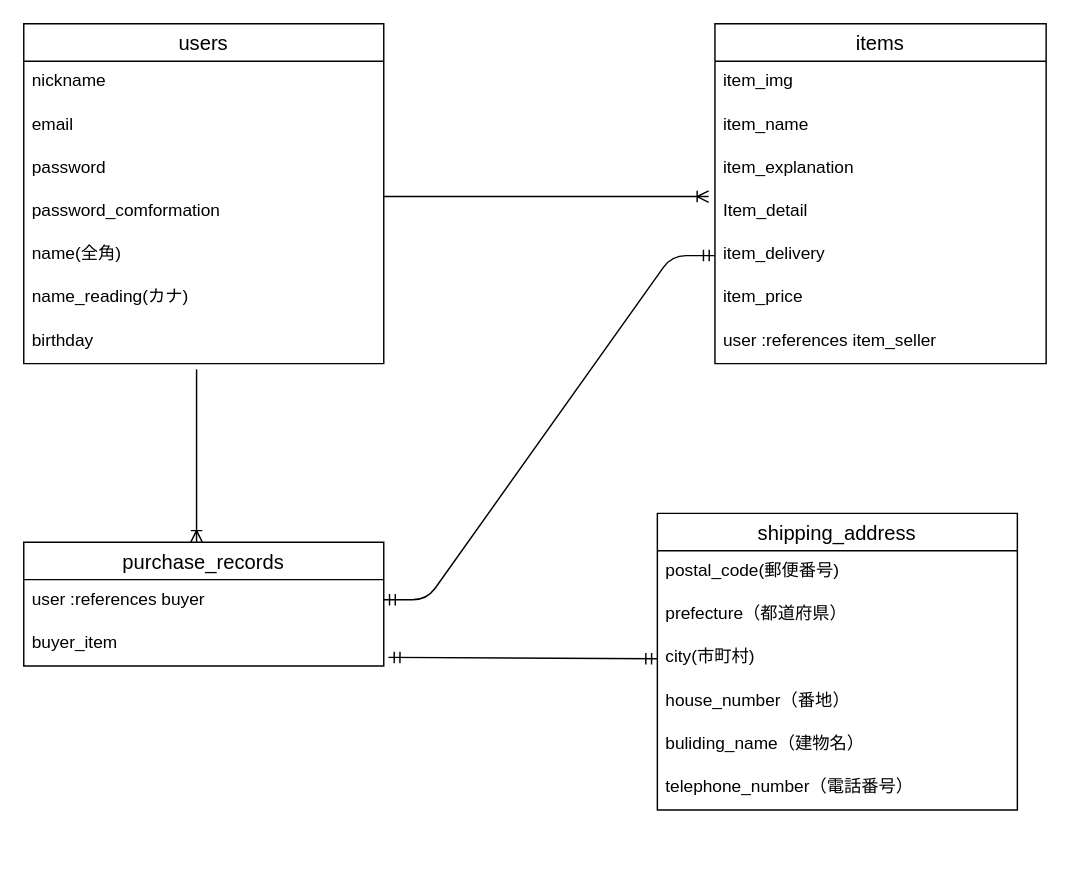
Before: page "ページ1" (1 of 2) of ER.dio in upamaru0104/furima-39197, a draw.io diagram. Source tidied: cells renumbered, new cells numbered last; positions are measured from the earlier drawing's top-left corner, leaving out a move shared by most shapes. Both pictures are drawn from the tidied source at 144%, with x=0, y=0 at pixel (23, 23).
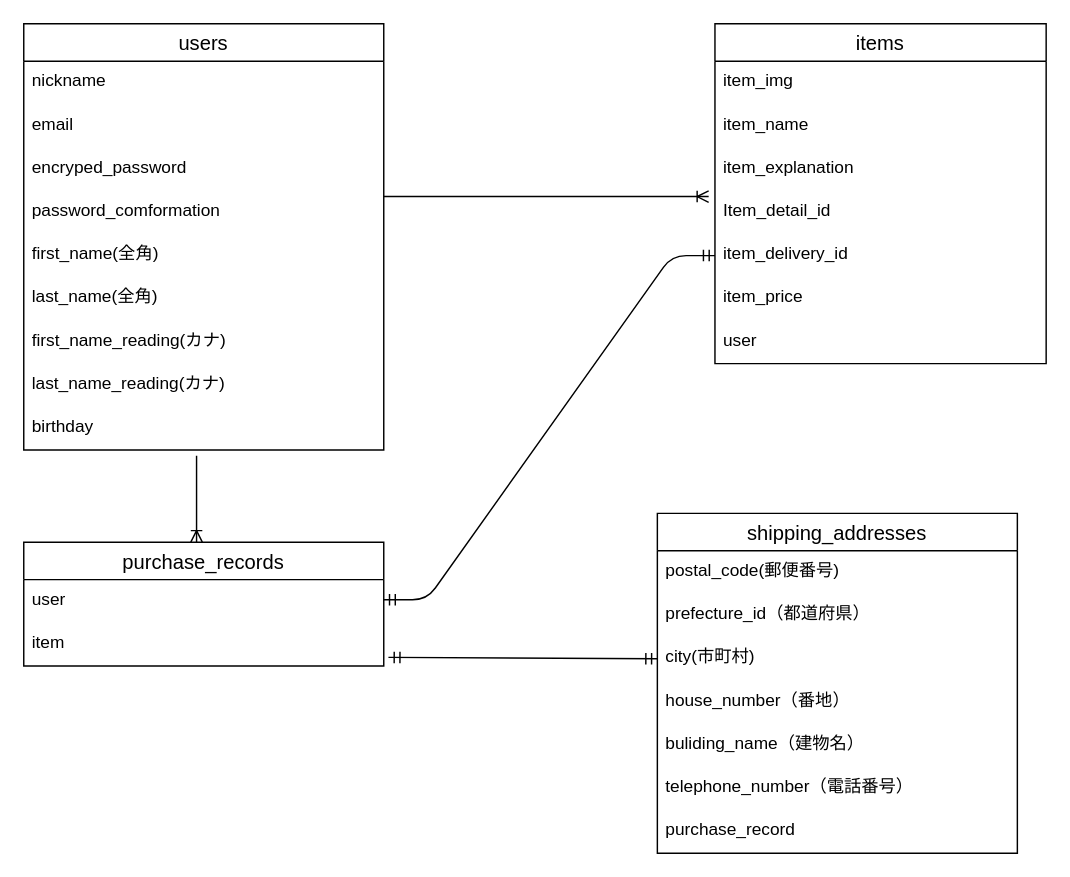
The same diagram, later.

Commit message (it also covers changes not shown here):
ER図とREADMEの修正

Unchanged cells that the change refers to:
```xml
<mxCell id="10" value="items" style="swimlane;fontStyle=0;horizontal=1;startSize=26;align=center;fontSize=14;" parent="1" vertex="1">
  <mxGeometry x="480" width="230" height="236" as="geometry" />
</mxCell>
<mxCell id="18" value="purchase_records" style="swimlane;fontStyle=0;horizontal=1;startSize=26;align=center;fontSize=14;" parent="1" vertex="1">
  <mxGeometry y="360" width="250" height="86" as="geometry" />
</mxCell>
```

The edit, as a diff of the source:
```diff
@@
     <mxCell id="2" value="users" style="swimlane;fontStyle=0;horizontal=1;startSize=26;align=center;fontSize=14;" parent="1" vertex="1">
-      <mxGeometry width="250" height="236" as="geometry" />
+      <mxGeometry width="250" height="296" as="geometry" />
     </mxCell>
@@
-    <mxCell id="5" value="password" style="text;strokeColor=none;fillColor=none;spacingLeft=4;spacingRight=4;overflow=hidden;fontSize=12;" parent="2" vertex="1">
+    <mxCell id="5" value="encryped_password" style="text;strokeColor=none;fillColor=none;spacingLeft=4;spacingRight=4;overflow=hidden;fontSize=12;" parent="2" vertex="1">
       <mxGeometry y="86" width="250" height="30" as="geometry" />
     </mxCell>
@@
-    <mxCell id="7" value="name(全角)" style="text;strokeColor=none;fillColor=none;spacingLeft=4;spacingRight=4;overflow=hidden;fontSize=12;" parent="2" vertex="1">
+    <mxCell id="7" value="first_name(全角)" style="text;strokeColor=none;fillColor=none;spacingLeft=4;spacingRight=4;overflow=hidden;fontSize=12;" parent="2" vertex="1">
       <mxGeometry y="146" width="250" height="30" as="geometry" />
     </mxCell>
+    <mxCell id="32" value="last_name(全角)" style="text;strokeColor=none;fillColor=none;spacingLeft=4;spacingRight=4;overflow=hidden;fontSize=12;" parent="2" vertex="1">
+      <mxGeometry y="176" width="250" height="30" as="geometry" />
+    </mxCell>
-    <mxCell id="8" value="name_reading(カナ)" style="text;strokeColor=none;fillColor=none;spacingLeft=4;spacingRight=4;overflow=hidden;fontSize=12;" parent="2" vertex="1">
-      <mxGeometry y="176" width="250" height="30" as="geometry" />
+    <mxCell id="8" value="first_name_reading(カナ)" style="text;strokeColor=none;fillColor=none;spacingLeft=4;spacingRight=4;overflow=hidden;fontSize=12;" parent="2" vertex="1">
+      <mxGeometry y="206" width="250" height="30" as="geometry" />
     </mxCell>
+    <mxCell id="33" value="last_name_reading(カナ)" style="text;strokeColor=none;fillColor=none;spacingLeft=4;spacingRight=4;overflow=hidden;fontSize=12;" parent="2" vertex="1">
+      <mxGeometry y="236" width="250" height="30" as="geometry" />
+    </mxCell>
     <mxCell id="9" value="birthday" style="text;strokeColor=none;fillColor=none;spacingLeft=4;spacingRight=4;overflow=hidden;fontSize=12;" parent="2" vertex="1">
-      <mxGeometry y="206" width="250" height="30" as="geometry" />
+      <mxGeometry y="266" width="250" height="30" as="geometry" />
     </mxCell>
@@
-    <mxCell id="14" value="Item_detail" style="text;strokeColor=none;fillColor=none;spacingLeft=4;spacingRight=4;overflow=hidden;points=[[0,0.5],[1,0.5]];portConstraint=eastwest;fontSize=12;" parent="10" vertex="1">
+    <mxCell id="14" value="Item_detail_id" style="text;strokeColor=none;fillColor=none;spacingLeft=4;spacingRight=4;overflow=hidden;points=[[0,0.5],[1,0.5]];portConstraint=eastwest;fontSize=12;" parent="10" vertex="1">
       <mxGeometry y="116" width="230" height="30" as="geometry" />
     </mxCell>
-    <mxCell id="15" value="item_delivery" style="text;strokeColor=none;fillColor=none;spacingLeft=4;spacingRight=4;overflow=hidden;points=[[0,0.5],[1,0.5]];portConstraint=eastwest;fontSize=12;" parent="10" vertex="1">
+    <mxCell id="15" value="item_delivery_id" style="text;strokeColor=none;fillColor=none;spacingLeft=4;spacingRight=4;overflow=hidden;points=[[0,0.5],[1,0.5]];portConstraint=eastwest;fontSize=12;" parent="10" vertex="1">
       <mxGeometry y="146" width="230" height="30" as="geometry" />
     </mxCell>
@@
-    <mxCell id="17" value="user :references item_seller" style="text;strokeColor=none;fillColor=none;spacingLeft=4;spacingRight=4;overflow=hidden;fontSize=12;" parent="10" vertex="1">
+    <mxCell id="17" value="user" style="text;strokeColor=none;fillColor=none;spacingLeft=4;spacingRight=4;overflow=hidden;fontSize=12;" parent="10" vertex="1">
       <mxGeometry y="206" width="230" height="30" as="geometry" />
     </mxCell>
@@
-    <mxCell id="19" value="user :references buyer" style="text;strokeColor=none;fillColor=none;spacingLeft=4;spacingRight=4;overflow=hidden;fontSize=12;" parent="18" vertex="1">
+    <mxCell id="19" value="user" style="text;strokeColor=none;fillColor=none;spacingLeft=4;spacingRight=4;overflow=hidden;fontSize=12;" parent="18" vertex="1">
       <mxGeometry y="26" width="250" height="30" as="geometry" />
     </mxCell>
-    <mxCell id="20" value="buyer_item" style="text;strokeColor=none;fillColor=none;spacingLeft=4;spacingRight=4;overflow=hidden;points=[[0,0.5],[1,0.5]];portConstraint=eastwest;fontSize=12;" parent="18" vertex="1">
+    <mxCell id="20" value="item" style="text;strokeColor=none;fillColor=none;spacingLeft=4;spacingRight=4;overflow=hidden;points=[[0,0.5],[1,0.5]];portConstraint=eastwest;fontSize=12;" parent="18" vertex="1">
       <mxGeometry y="56" width="250" height="30" as="geometry" />
     </mxCell>
-    <mxCell id="21" value="shipping_address" style="swimlane;fontStyle=0;horizontal=1;startSize=26;align=center;fontSize=14;" parent="1" vertex="1">
-      <mxGeometry x="440" y="340" width="250" height="206" as="geometry" />
+    <mxCell id="21" value="shipping_addresses" style="swimlane;fontStyle=0;horizontal=1;startSize=26;align=center;fontSize=14;" parent="1" vertex="1">
+      <mxGeometry x="440" y="340" width="250" height="236" as="geometry" />
     </mxCell>
@@
-    <mxCell id="23" value="prefecture（都道府県）" style="text;strokeColor=none;fillColor=none;spacingLeft=4;spacingRight=4;overflow=hidden;fontSize=12;" parent="21" vertex="1">
+    <mxCell id="23" value="prefecture_id（都道府県）" style="text;strokeColor=none;fillColor=none;spacingLeft=4;spacingRight=4;overflow=hidden;fontSize=12;" parent="21" vertex="1">
       <mxGeometry y="56" width="250" height="30" as="geometry" />
     </mxCell>
@@
+    <mxCell id="34" value="purchase_record" style="text;strokeColor=none;fillColor=none;spacingLeft=4;spacingRight=4;overflow=hidden;fontSize=12;" parent="21" vertex="1">
+      <mxGeometry y="206" width="250" height="30" as="geometry" />
+    </mxCell>
@@
     <mxCell id="29" style="fontSize=12;html=1;endArrow=ERoneToMany;" parent="1" edge="1">
       <mxGeometry relative="1" as="geometry">
-        <mxPoint x="120" y="240" as="sourcePoint" />
+        <mxPoint x="120" y="300" as="sourcePoint" />
         <mxPoint x="120" y="360" as="targetPoint" />
       </mxGeometry>
     </mxCell>
```
